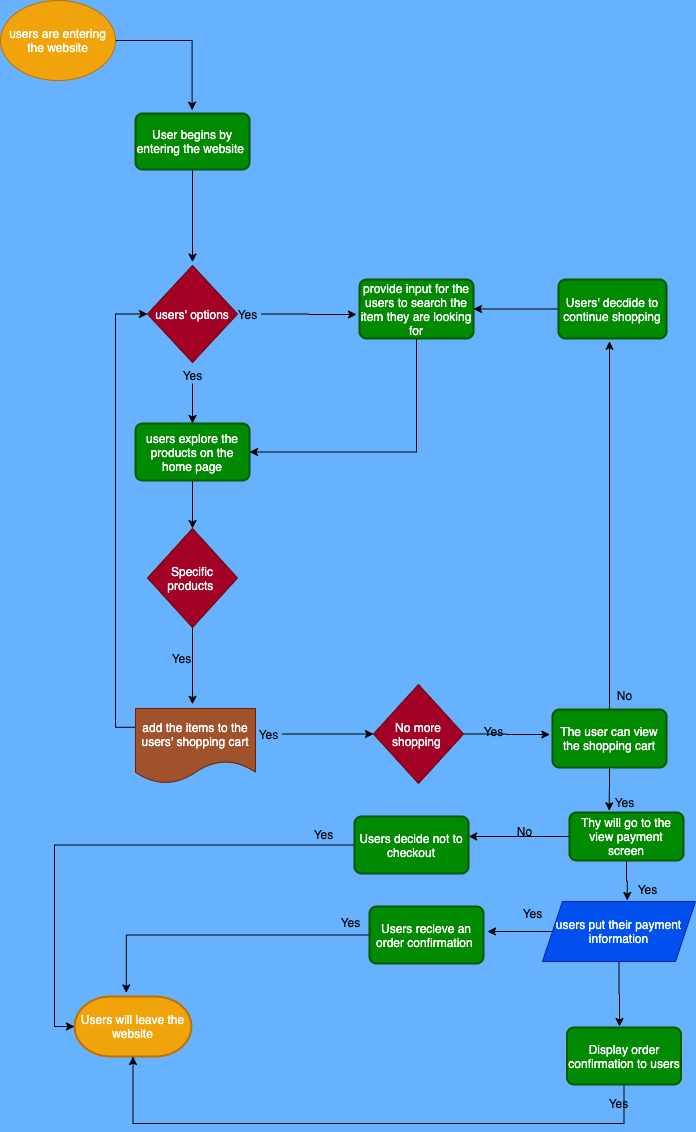
Above: Part2/part2.drawio.png in matorabi595/wi21-cse110-lab4 (draw.io), before the change. Source tidied: cells renumbered, new cells last; positions are measured from the earlier drawing's top-left corner, leaving out a move shared by most shapes. Source of this version:
```xml
<mxGraphModel background="#66B2FF">
  <root>
    <mxCell id="0" />
    <mxCell id="1" parent="0" />
    <mxCell id="2" style="edgeStyle=orthogonalEdgeStyle;rounded=0;jettySize=auto;html=1;" parent="1" edge="1" source="3">
      <mxGeometry relative="1" as="geometry">
        <mxPoint x="191.6" y="109.8" as="targetPoint" />
      </mxGeometry>
    </mxCell>
    <mxCell id="3" value="users are entering the website" style="ellipse;whiteSpace=wrap;html=1;fillColor=#f0a30a;strokeColor=#BD7000;fontColor=#ffffff;" parent="1" vertex="1">
      <mxGeometry width="115" height="80" as="geometry" />
    </mxCell>
    <mxCell id="4" style="edgeStyle=orthogonalEdgeStyle;rounded=0;jettySize=auto;html=1;exitX=0;exitY=0.25;exitDx=0;exitDy=0;entryX=0;entryY=0.5;entryDx=0;entryDy=0;" parent="1" edge="1" source="5" target="8">
      <mxGeometry relative="1" as="geometry" />
    </mxCell>
    <mxCell id="5" value="add the items to the users' shopping cart" style="shape=document;whiteSpace=wrap;html=1;boundedLbl=1;fillColor=#a0522d;strokeColor=#6D1F00;fontColor=#ffffff;" parent="1" vertex="1">
      <mxGeometry x="135" y="708" width="120" height="75" as="geometry" />
    </mxCell>
    <mxCell id="6" style="edgeStyle=orthogonalEdgeStyle;rounded=0;jettySize=auto;html=1;exitX=0.5;exitY=1;exitDx=0;exitDy=0;" parent="1" edge="1" source="7">
      <mxGeometry relative="1" as="geometry">
        <mxPoint x="192" y="261.6" as="targetPoint" />
      </mxGeometry>
    </mxCell>
    <mxCell id="7" value="User begins by entering the website&amp;nbsp;" style="rounded=1;whiteSpace=wrap;html=1;absoluteArcSize=1;arcSize=14;strokeWidth=2;fillColor=#008a00;strokeColor=#005700;fontColor=#ffffff;" parent="1" vertex="1">
      <mxGeometry x="135" y="113" width="114" height="56" as="geometry" />
    </mxCell>
    <mxCell id="8" value="users' options" style="rhombus;whiteSpace=wrap;html=1;fillColor=#a20025;strokeColor=#6F0000;fontColor=#ffffff;" parent="1" vertex="1">
      <mxGeometry x="147" y="265" width="90" height="97" as="geometry" />
    </mxCell>
    <mxCell id="9" value="Users will leave the website" style="strokeWidth=2;html=1;shape=mxgraph.flowchart.terminator;whiteSpace=wrap;fillColor=#f0a30a;strokeColor=#BD7000;fontColor=#ffffff;" parent="1" vertex="1">
      <mxGeometry x="74" y="996" width="117" height="60" as="geometry" />
    </mxCell>
    <mxCell id="10" style="edgeStyle=orthogonalEdgeStyle;rounded=0;jettySize=auto;html=1;entryX=0.5;entryY=0;entryDx=0;entryDy=0;" parent="1" edge="1" source="11" target="15">
      <mxGeometry relative="1" as="geometry" />
    </mxCell>
    <mxCell id="11" value="Yes&lt;br&gt;" style="text;html=1;align=center;verticalAlign=middle;points=[];" parent="1" vertex="1">
      <mxGeometry x="177.5" y="366" width="29" height="17" as="geometry" />
    </mxCell>
    <mxCell id="12" style="edgeStyle=orthogonalEdgeStyle;rounded=0;jettySize=auto;html=1;" parent="1" edge="1" source="13">
      <mxGeometry relative="1" as="geometry">
        <mxPoint x="356" y="314" as="targetPoint" />
      </mxGeometry>
    </mxCell>
    <mxCell id="13" value="Yes" style="text;html=1;align=center;verticalAlign=middle;points=[];" parent="1" vertex="1">
      <mxGeometry x="232" y="305" width="29" height="17" as="geometry" />
    </mxCell>
    <mxCell id="14" style="edgeStyle=orthogonalEdgeStyle;rounded=0;jettySize=auto;html=1;exitX=0.5;exitY=1;exitDx=0;exitDy=0;entryX=0.5;entryY=0;entryDx=0;entryDy=0;" parent="1" edge="1" source="15" target="19">
      <mxGeometry relative="1" as="geometry" />
    </mxCell>
    <mxCell id="15" value="users explore the products on the home page" style="rounded=1;whiteSpace=wrap;html=1;absoluteArcSize=1;arcSize=14;strokeWidth=2;fillColor=#008a00;strokeColor=#005700;fontColor=#ffffff;" parent="1" vertex="1">
      <mxGeometry x="135" y="423" width="114" height="57" as="geometry" />
    </mxCell>
    <mxCell id="16" style="edgeStyle=orthogonalEdgeStyle;rounded=0;jettySize=auto;html=1;exitX=0.5;exitY=1;exitDx=0;exitDy=0;entryX=1;entryY=0.5;entryDx=0;entryDy=0;" parent="1" edge="1" source="17" target="15">
      <mxGeometry relative="1" as="geometry" />
    </mxCell>
    <mxCell id="17" value="provide input for the users to search the item they are looking for" style="rounded=1;whiteSpace=wrap;html=1;absoluteArcSize=1;arcSize=14;strokeWidth=2;fillColor=#008a00;strokeColor=#005700;fontColor=#ffffff;" parent="1" vertex="1">
      <mxGeometry x="359" y="279" width="114" height="59" as="geometry" />
    </mxCell>
    <mxCell id="18" style="edgeStyle=orthogonalEdgeStyle;rounded=0;jettySize=auto;html=1;" parent="1" edge="1" source="19">
      <mxGeometry relative="1" as="geometry">
        <mxPoint x="192" y="703.8" as="targetPoint" />
      </mxGeometry>
    </mxCell>
    <mxCell id="19" value="Specific products&amp;nbsp;" style="rhombus;whiteSpace=wrap;html=1;fillColor=#a20025;strokeColor=#6F0000;fontColor=#ffffff;" parent="1" vertex="1">
      <mxGeometry x="147" y="528" width="90" height="99" as="geometry" />
    </mxCell>
    <mxCell id="20" value="Yes&lt;br&gt;" style="text;html=1;align=center;verticalAlign=middle;" parent="1" vertex="1">
      <mxGeometry x="166" y="649" width="29" height="17" as="geometry" />
    </mxCell>
    <mxCell id="21" style="edgeStyle=orthogonalEdgeStyle;rounded=0;jettySize=auto;html=1;" parent="1" edge="1" source="22" target="24">
      <mxGeometry relative="1" as="geometry" />
    </mxCell>
    <mxCell id="22" value="Yes" style="text;html=1;align=center;verticalAlign=middle;points=[];" parent="1" vertex="1">
      <mxGeometry x="253" y="725" width="29" height="17" as="geometry" />
    </mxCell>
    <mxCell id="23" style="edgeStyle=orthogonalEdgeStyle;rounded=0;jettySize=auto;html=1;exitX=1;exitY=0.5;exitDx=0;exitDy=0;" parent="1" edge="1" source="24">
      <mxGeometry relative="1" as="geometry">
        <mxPoint x="549.4" y="734" as="targetPoint" />
      </mxGeometry>
    </mxCell>
    <mxCell id="24" value="No more shopping&amp;nbsp;" style="rhombus;whiteSpace=wrap;html=1;fillColor=#a20025;strokeColor=#6F0000;fontColor=#ffffff;" parent="1" vertex="1">
      <mxGeometry x="373" y="684" width="90" height="99" as="geometry" />
    </mxCell>
    <mxCell id="25" style="edgeStyle=orthogonalEdgeStyle;rounded=0;jettySize=auto;html=1;" parent="1" edge="1" source="27">
      <mxGeometry relative="1" as="geometry">
        <mxPoint x="609" y="340.8" as="targetPoint" />
      </mxGeometry>
    </mxCell>
    <mxCell id="26" style="edgeStyle=orthogonalEdgeStyle;rounded=0;jettySize=auto;html=1;exitX=0.5;exitY=1;exitDx=0;exitDy=0;entryX=0.349;entryY=-0.035;entryDx=0;entryDy=0;entryPerimeter=0;" parent="1" edge="1" source="27" target="41">
      <mxGeometry relative="1" as="geometry" />
    </mxCell>
    <mxCell id="27" value="The user can view the shopping cart" style="rounded=1;whiteSpace=wrap;html=1;absoluteArcSize=1;arcSize=14;strokeWidth=2;fillColor=#008a00;strokeColor=#005700;fontColor=#ffffff;" parent="1" vertex="1">
      <mxGeometry x="552" y="709" width="114" height="58" as="geometry" />
    </mxCell>
    <mxCell id="28" value="Yes" style="text;html=1;align=center;verticalAlign=middle;" parent="1" vertex="1">
      <mxGeometry x="478" y="722" width="29" height="17" as="geometry" />
    </mxCell>
    <mxCell id="29" value="Yes" style="text;html=1;align=center;verticalAlign=middle;" parent="1" vertex="1">
      <mxGeometry x="609" y="793" width="29" height="17" as="geometry" />
    </mxCell>
    <mxCell id="30" value="Yes" style="text;html=1;align=center;verticalAlign=middle;" parent="1" vertex="1">
      <mxGeometry x="632" y="880" width="29" height="17" as="geometry" />
    </mxCell>
    <mxCell id="31" style="edgeStyle=orthogonalEdgeStyle;rounded=0;jettySize=auto;html=1;entryX=1;entryY=0.5;entryDx=0;entryDy=0;" parent="1" edge="1" source="32" target="17">
      <mxGeometry relative="1" as="geometry" />
    </mxCell>
    <mxCell id="32" value="Users' decdide to continue shopping" style="rounded=1;whiteSpace=wrap;html=1;absoluteArcSize=1;arcSize=14;strokeWidth=2;fillColor=#008a00;strokeColor=#005700;fontColor=#ffffff;" parent="1" vertex="1">
      <mxGeometry x="558" y="279" width="108" height="59" as="geometry" />
    </mxCell>
    <mxCell id="33" value="No" style="text;html=1;align=center;verticalAlign=middle;" parent="1" vertex="1">
      <mxGeometry x="611.5" y="686" width="24" height="17" as="geometry" />
    </mxCell>
    <mxCell id="34" style="edgeStyle=orthogonalEdgeStyle;rounded=0;jettySize=auto;html=1;" parent="1" edge="1" source="36">
      <mxGeometry relative="1" as="geometry">
        <mxPoint x="487" y="931" as="targetPoint" />
      </mxGeometry>
    </mxCell>
    <mxCell id="35" style="edgeStyle=orthogonalEdgeStyle;rounded=0;jettySize=auto;html=1;" parent="1" edge="1" source="36">
      <mxGeometry relative="1" as="geometry">
        <mxPoint x="619" y="1026" as="targetPoint" />
      </mxGeometry>
    </mxCell>
    <mxCell id="36" value="users put their payment information" style="shape=parallelogram;perimeter=parallelogramPerimeter;whiteSpace=wrap;html=1;fixedSize=1;fillColor=#0050ef;strokeColor=#001DBC;fontColor=#ffffff;" parent="1" vertex="1">
      <mxGeometry x="542" y="901" width="153" height="60" as="geometry" />
    </mxCell>
    <mxCell id="37" style="edgeStyle=orthogonalEdgeStyle;rounded=0;jettySize=auto;html=1;" parent="1" edge="1" source="38">
      <mxGeometry relative="1" as="geometry">
        <mxPoint x="125.8" y="992.4" as="targetPoint" />
      </mxGeometry>
    </mxCell>
    <mxCell id="38" value="Users recieve an order confirmation&amp;nbsp;" style="rounded=1;whiteSpace=wrap;html=1;absoluteArcSize=1;arcSize=14;strokeWidth=2;fillColor=#008a00;strokeColor=#005700;fontColor=#ffffff;" parent="1" vertex="1">
      <mxGeometry x="369" y="906" width="114" height="57" as="geometry" />
    </mxCell>
    <mxCell id="39" style="edgeStyle=orthogonalEdgeStyle;rounded=0;jettySize=auto;html=1;entryX=0.554;entryY=-0.017;entryDx=0;entryDy=0;entryPerimeter=0;" parent="1" edge="1" source="41" target="36">
      <mxGeometry relative="1" as="geometry" />
    </mxCell>
    <mxCell id="40" style="edgeStyle=orthogonalEdgeStyle;rounded=0;jettySize=auto;html=1;" parent="1" edge="1" source="41">
      <mxGeometry relative="1" as="geometry">
        <mxPoint x="468.2" y="836" as="targetPoint" />
      </mxGeometry>
    </mxCell>
    <mxCell id="41" value="Thy will go to the view payment screen" style="rounded=1;whiteSpace=wrap;html=1;absoluteArcSize=1;arcSize=14;strokeWidth=2;fillColor=#008a00;strokeColor=#005700;fontColor=#ffffff;" parent="1" vertex="1">
      <mxGeometry x="569" y="812" width="114" height="48" as="geometry" />
    </mxCell>
    <mxCell id="42" value="Yes" style="text;html=1;align=center;verticalAlign=middle;" parent="1" vertex="1">
      <mxGeometry x="517" y="904" width="29" height="17" as="geometry" />
    </mxCell>
    <mxCell id="43" style="edgeStyle=orthogonalEdgeStyle;rounded=0;jettySize=auto;html=1;entryX=0.5;entryY=1;entryDx=0;entryDy=0;entryPerimeter=0;" parent="1" edge="1" source="44" target="9">
      <mxGeometry relative="1" as="geometry">
        <Array as="points">
          <mxPoint x="624" y="1123" />
          <mxPoint x="133" y="1123" />
        </Array>
      </mxGeometry>
    </mxCell>
    <mxCell id="44" value="Display order confirmation to users" style="rounded=1;whiteSpace=wrap;html=1;absoluteArcSize=1;arcSize=14;strokeWidth=2;fillColor=#008a00;strokeColor=#005700;fontColor=#ffffff;" parent="1" vertex="1">
      <mxGeometry x="566.5" y="1027" width="114" height="57" as="geometry" />
    </mxCell>
    <mxCell id="45" value="Yes" style="text;html=1;align=center;verticalAlign=middle;" parent="1" vertex="1">
      <mxGeometry x="335" y="913" width="29" height="17" as="geometry" />
    </mxCell>
    <mxCell id="46" value="Yes" style="text;html=1;align=center;verticalAlign=middle;" parent="1" vertex="1">
      <mxGeometry x="603" y="1094" width="29" height="17" as="geometry" />
    </mxCell>
    <mxCell id="47" value="No" style="text;html=1;align=center;verticalAlign=middle;" parent="1" vertex="1">
      <mxGeometry x="512" y="822" width="24" height="17" as="geometry" />
    </mxCell>
    <mxCell id="48" style="edgeStyle=orthogonalEdgeStyle;rounded=0;jettySize=auto;html=1;entryX=0;entryY=0.5;entryDx=0;entryDy=0;entryPerimeter=0;" parent="1" edge="1" source="49" target="9">
      <mxGeometry relative="1" as="geometry" />
    </mxCell>
    <mxCell id="49" value="Users decide not to checkout" style="rounded=1;whiteSpace=wrap;html=1;absoluteArcSize=1;arcSize=14;strokeWidth=2;fillColor=#008a00;strokeColor=#005700;fontColor=#ffffff;" parent="1" vertex="1">
      <mxGeometry x="354" y="816" width="114" height="57" as="geometry" />
    </mxCell>
    <mxCell id="50" value="Yes" style="text;html=1;align=center;verticalAlign=middle;" parent="1" vertex="1">
      <mxGeometry x="308" y="825" width="29" height="17" as="geometry" />
    </mxCell>
  </root>
</mxGraphModel>
```
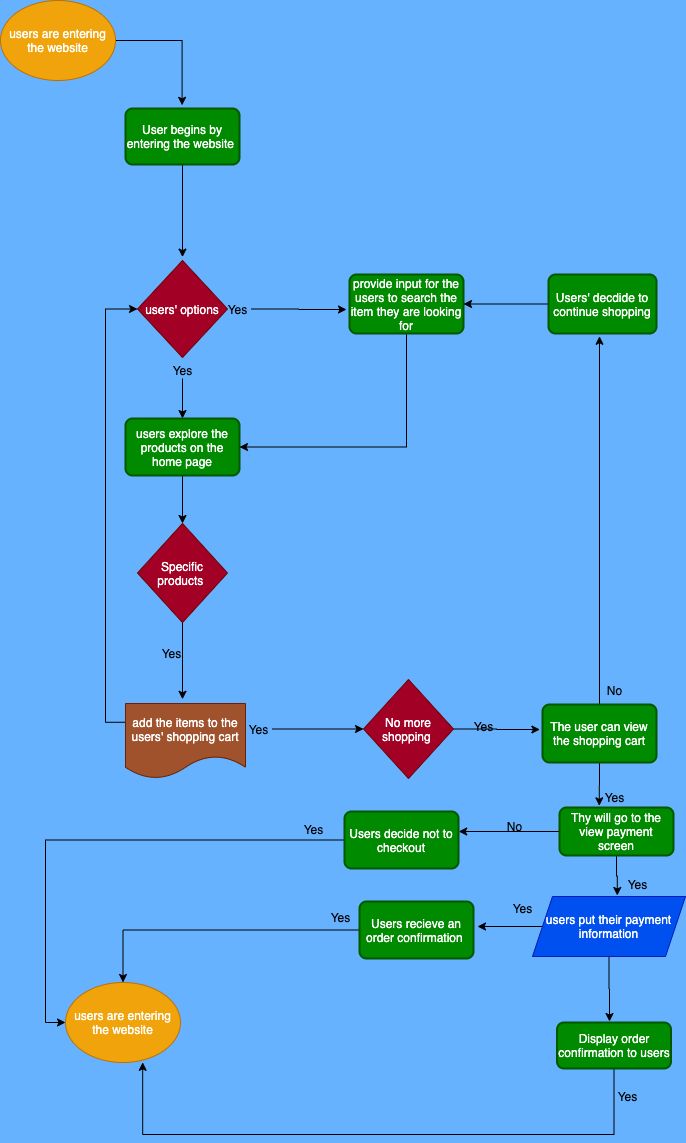
Later version of the same file.

What changed in the source:
```diff
@@ -8,7 +8,7 @@
       </mxGeometry>
     </mxCell>
     <mxCell id="3" value="users are entering the website" style="ellipse;whiteSpace=wrap;html=1;fillColor=#f0a30a;strokeColor=#BD7000;fontColor=#ffffff;" parent="1" vertex="1">
-      <mxGeometry width="115" height="80" as="geometry" />
+      <mxGeometry x="10" y="5" width="115" height="80" as="geometry" />
     </mxCell>
     <mxCell id="4" style="edgeStyle=orthogonalEdgeStyle;rounded=0;jettySize=auto;html=1;exitX=0;exitY=0.25;exitDx=0;exitDy=0;entryX=0;entryY=0.5;entryDx=0;entryDy=0;" parent="1" edge="1" source="5" target="8">
       <mxGeometry relative="1" as="geometry" />
@@ -27,9 +27,6 @@
     <mxCell id="8" value="users' options" style="rhombus;whiteSpace=wrap;html=1;fillColor=#a20025;strokeColor=#6F0000;fontColor=#ffffff;" parent="1" vertex="1">
       <mxGeometry x="147" y="265" width="90" height="97" as="geometry" />
     </mxCell>
-    <mxCell id="9" value="Users will leave the website" style="strokeWidth=2;html=1;shape=mxgraph.flowchart.terminator;whiteSpace=wrap;fillColor=#f0a30a;strokeColor=#BD7000;fontColor=#ffffff;" parent="1" vertex="1">
-      <mxGeometry x="74" y="996" width="117" height="60" as="geometry" />
-    </mxCell>
     <mxCell id="10" style="edgeStyle=orthogonalEdgeStyle;rounded=0;jettySize=auto;html=1;entryX=0.5;entryY=0;entryDx=0;entryDy=0;" parent="1" edge="1" source="11" target="15">
       <mxGeometry relative="1" as="geometry" />
     </mxCell>
@@ -123,11 +120,9 @@
     <mxCell id="36" value="users put their payment information" style="shape=parallelogram;perimeter=parallelogramPerimeter;whiteSpace=wrap;html=1;fixedSize=1;fillColor=#0050ef;strokeColor=#001DBC;fontColor=#ffffff;" parent="1" vertex="1">
       <mxGeometry x="542" y="901" width="153" height="60" as="geometry" />
     </mxCell>
-    <mxCell id="37" style="edgeStyle=orthogonalEdgeStyle;rounded=0;jettySize=auto;html=1;" parent="1" edge="1" source="38">
-      <mxGeometry relative="1" as="geometry">
-        <mxPoint x="125.8" y="992.4" as="targetPoint" />
-      </mxGeometry>
-    </mxCell>
+    <mxCell id="51" style="edgeStyle=orthogonalEdgeStyle;rounded=0;jettySize=auto;html=1;entryX=0.5;entryY=0;entryDx=0;entryDy=0;" parent="1" edge="1" source="38" target="54">
+      <mxGeometry relative="1" as="geometry" />
+    </mxCell>
     <mxCell id="38" value="Users recieve an order confirmation&amp;nbsp;" style="rounded=1;whiteSpace=wrap;html=1;absoluteArcSize=1;arcSize=14;strokeWidth=2;fillColor=#008a00;strokeColor=#005700;fontColor=#ffffff;" parent="1" vertex="1">
       <mxGeometry x="369" y="906" width="114" height="57" as="geometry" />
     </mxCell>
@@ -145,34 +140,37 @@
     <mxCell id="42" value="Yes" style="text;html=1;align=center;verticalAlign=middle;" parent="1" vertex="1">
       <mxGeometry x="517" y="904" width="29" height="17" as="geometry" />
     </mxCell>
-    <mxCell id="43" style="edgeStyle=orthogonalEdgeStyle;rounded=0;jettySize=auto;html=1;entryX=0.5;entryY=1;entryDx=0;entryDy=0;entryPerimeter=0;" parent="1" edge="1" source="44" target="9">
-      <mxGeometry relative="1" as="geometry">
-        <Array as="points">
-          <mxPoint x="624" y="1123" />
-          <mxPoint x="133" y="1123" />
-        </Array>
-      </mxGeometry>
-    </mxCell>
+    <mxCell id="52" style="edgeStyle=orthogonalEdgeStyle;rounded=0;jettySize=auto;html=1;entryX=0.671;entryY=0.998;entryDx=0;entryDy=0;entryPerimeter=0;" parent="1" edge="1" source="44" target="54">
+      <mxGeometry relative="1" as="geometry">
+        <Array as="points">
+          <mxPoint x="624" y="1139" />
+          <mxPoint x="152" y="1139" />
+        </Array>
+      </mxGeometry>
+    </mxCell>
     <mxCell id="44" value="Display order confirmation to users" style="rounded=1;whiteSpace=wrap;html=1;absoluteArcSize=1;arcSize=14;strokeWidth=2;fillColor=#008a00;strokeColor=#005700;fontColor=#ffffff;" parent="1" vertex="1">
-      <mxGeometry x="566.5" y="1027" width="114" height="57" as="geometry" />
+      <mxGeometry x="566.5" y="1027" width="114" height="46" as="geometry" />
     </mxCell>
     <mxCell id="45" value="Yes" style="text;html=1;align=center;verticalAlign=middle;" parent="1" vertex="1">
       <mxGeometry x="335" y="913" width="29" height="17" as="geometry" />
     </mxCell>
     <mxCell id="46" value="Yes" style="text;html=1;align=center;verticalAlign=middle;" parent="1" vertex="1">
-      <mxGeometry x="603" y="1094" width="29" height="17" as="geometry" />
+      <mxGeometry x="622" y="1092" width="29" height="17" as="geometry" />
     </mxCell>
     <mxCell id="47" value="No" style="text;html=1;align=center;verticalAlign=middle;" parent="1" vertex="1">
       <mxGeometry x="512" y="822" width="24" height="17" as="geometry" />
     </mxCell>
-    <mxCell id="48" style="edgeStyle=orthogonalEdgeStyle;rounded=0;jettySize=auto;html=1;entryX=0;entryY=0.5;entryDx=0;entryDy=0;entryPerimeter=0;" parent="1" edge="1" source="49" target="9">
-      <mxGeometry relative="1" as="geometry" />
-    </mxCell>
+    <mxCell id="53" style="edgeStyle=orthogonalEdgeStyle;rounded=0;jettySize=auto;html=1;entryX=0;entryY=0.5;entryDx=0;entryDy=0;" parent="1" edge="1" source="49" target="54">
+      <mxGeometry relative="1" as="geometry" />
+    </mxCell>
     <mxCell id="49" value="Users decide not to checkout" style="rounded=1;whiteSpace=wrap;html=1;absoluteArcSize=1;arcSize=14;strokeWidth=2;fillColor=#008a00;strokeColor=#005700;fontColor=#ffffff;" parent="1" vertex="1">
       <mxGeometry x="354" y="816" width="114" height="57" as="geometry" />
     </mxCell>
     <mxCell id="50" value="Yes" style="text;html=1;align=center;verticalAlign=middle;" parent="1" vertex="1">
       <mxGeometry x="308" y="825" width="29" height="17" as="geometry" />
     </mxCell>
+    <mxCell id="54" value="users are entering the website" style="ellipse;whiteSpace=wrap;html=1;fillColor=#f0a30a;strokeColor=#BD7000;fontColor=#ffffff;" parent="1" vertex="1">
+      <mxGeometry x="75" y="987" width="115" height="80" as="geometry" />
+    </mxCell>
   </root>
 </mxGraphModel>
```
